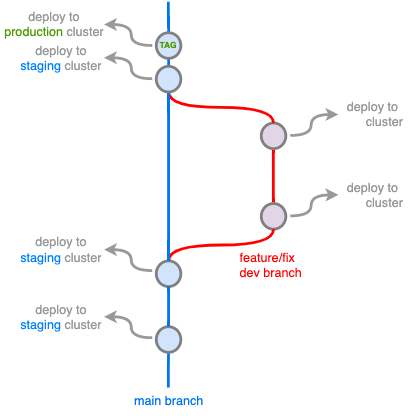
bcit-ltc/infrastructure-documentation keeps this draw.io diagram as docs/assets/deployment-workflow-simple-dark.png. Above is the earlier version. Source tidied: cells renumbered, new cells last; positions are measured from the earlier drawing's top-left corner, leaving out a move shared by most shapes. Source of this version:
```xml
<mxGraphModel>
  <root>
    <mxCell id="0" />
    <mxCell id="1" parent="0" />
    <mxCell id="2" value="&lt;div&gt;&lt;span&gt;feature/fix dev branch&lt;/span&gt;&lt;/div&gt;" style="text;html=1;strokeColor=none;fillColor=none;align=left;verticalAlign=middle;whiteSpace=wrap;overflow=hidden;fontSize=18;fontStyle=0;fontColor=#FF0000;rotation=0;" parent="1" vertex="1">
      <mxGeometry x="340.3" y="346.1" width="100" height="60" as="geometry" />
    </mxCell>
    <mxCell id="3" value="&lt;font style=&quot;font-size: 18px&quot;&gt;&lt;font color=&quot;#0076ed&quot; style=&quot;font-size: 18px&quot;&gt;main branch&lt;/font&gt;&lt;br style=&quot;font-size: 18px&quot;&gt;&lt;/font&gt;" style="text;html=1;strokeColor=none;fillColor=none;align=center;verticalAlign=middle;whiteSpace=wrap;overflow=hidden;fontSize=18;fontStyle=0;fontColor=#009900;rotation=0;" parent="1" vertex="1">
      <mxGeometry x="168.5" y="550" width="143.5" height="40" as="geometry" />
    </mxCell>
    <mxCell id="4" style="edgeStyle=orthogonalEdgeStyle;curved=1;rounded=0;jettySize=auto;html=1;endArrow=none;endFill=0;strokeWidth=4;fontFamily=Courier New;fontSize=18;strokeColor=#0076ED;startArrow=none;" parent="1" edge="1" source="20">
      <mxGeometry x="1068" y="222" as="geometry">
        <mxPoint x="240" as="targetPoint" />
      </mxGeometry>
    </mxCell>
    <mxCell id="5" style="edgeStyle=orthogonalEdgeStyle;curved=1;rounded=0;html=1;exitX=1;exitY=0.5;exitPerimeter=0;endArrow=none;endFill=0;jettySize=auto;orthogonalLoop=1;strokeWidth=4;fontSize=18;exitDx=0;exitDy=0;strokeColor=#FF0000;fontColor=#FF0000;" parent="1" edge="1">
      <mxGeometry x="1126" y="127" as="geometry">
        <mxPoint x="390" y="287" as="sourcePoint" />
        <mxPoint x="390" y="210" as="targetPoint" />
        <Array as="points">
          <mxPoint x="390" y="210" />
        </Array>
      </mxGeometry>
    </mxCell>
    <mxCell id="6" style="edgeStyle=orthogonalEdgeStyle;rounded=0;html=1;jettySize=auto;strokeWidth=4;endArrow=none;endFill=0;strokeColor=#0076ED;fontSize=18;" parent="1" edge="1" target="13">
      <mxGeometry x="1532" y="730" as="geometry">
        <mxPoint x="240" y="551" as="sourcePoint" />
      </mxGeometry>
    </mxCell>
    <mxCell id="7" style="verticalLabelPosition=bottom;verticalAlign=top;html=1;strokeWidth=4;shape=mxgraph.flowchart.on-page_reference;plain-purple;gradientColor=none;strokeColor=#808080;rotation=-90;fontSize=18;" parent="1" vertex="1">
      <mxGeometry x="372" y="289" width="36.6" height="35.1" as="geometry" />
    </mxCell>
    <mxCell id="8" style="verticalLabelPosition=bottom;verticalAlign=top;html=1;strokeWidth=4;shape=mxgraph.flowchart.on-page_reference;plain-purple;gradientColor=none;strokeColor=#808080;rotation=-90;fontSize=18;" parent="1" vertex="1">
      <mxGeometry x="372" y="174" width="36.6" height="35.1" as="geometry" />
    </mxCell>
    <mxCell id="9" style="edgeStyle=orthogonalEdgeStyle;curved=1;rounded=0;html=1;exitX=1;exitY=0.5;exitPerimeter=0;entryX=0;entryY=0.5;entryPerimeter=0;endArrow=none;endFill=0;jettySize=auto;strokeWidth=4;fontSize=18;entryDx=0;entryDy=0;strokeColor=#FF0000;fontColor=#FF0000;" parent="1" edge="1" source="8" target="21">
      <mxGeometry x="1091" y="73" as="geometry" />
    </mxCell>
    <mxCell id="10" style="verticalLabelPosition=bottom;verticalAlign=top;html=1;strokeWidth=4;shape=mxgraph.flowchart.on-page_reference;plain-blue;gradientColor=none;strokeColor=#808080;rotation=-90;fillColor=#D1E4FC;fontSize=18;" parent="1" vertex="1">
      <mxGeometry x="222" y="371" width="36.6" height="35.1" as="geometry" />
    </mxCell>
    <mxCell id="11" style="edgeStyle=orthogonalEdgeStyle;curved=1;rounded=0;html=1;entryX=0;entryY=0.5;entryPerimeter=0;endArrow=none;endFill=0;jettySize=auto;strokeWidth=4;fontSize=18;exitX=1;exitY=0.5;exitDx=0;exitDy=0;exitPerimeter=0;strokeColor=#FF0000;fontColor=#FF0000;" parent="1" edge="1" source="10" target="7">
      <mxGeometry x="958" y="114" as="geometry" />
    </mxCell>
    <mxCell id="12" style="edgeStyle=orthogonalEdgeStyle;curved=1;rounded=0;jettySize=auto;html=1;endArrow=none;endFill=0;strokeWidth=4;fontFamily=Courier New;fontSize=18;exitX=1;exitY=0.5;exitDx=0;exitDy=0;exitPerimeter=0;strokeColor=#0076ED;" parent="1" edge="1" source="10" target="21">
      <mxGeometry x="1068" y="278" as="geometry" />
    </mxCell>
    <mxCell id="13" style="verticalLabelPosition=bottom;verticalAlign=top;html=1;strokeWidth=4;shape=mxgraph.flowchart.on-page_reference;plain-blue;gradientColor=none;strokeColor=#808080;rotation=-90;fillColor=#D1E4FC;fontSize=18;" parent="1" vertex="1">
      <mxGeometry x="222" y="465" width="36.6" height="35.1" as="geometry" />
    </mxCell>
    <mxCell id="14" style="edgeStyle=orthogonalEdgeStyle;curved=1;rounded=0;jettySize=auto;html=1;endArrow=none;endFill=0;strokeWidth=4;fontFamily=Courier New;fontSize=18;exitX=1;exitY=0.5;exitDx=0;exitDy=0;exitPerimeter=0;entryX=0;entryY=0.5;entryDx=0;entryDy=0;entryPerimeter=0;strokeColor=#0076ED;" parent="1" edge="1" source="13" target="10">
      <mxGeometry x="1244" y="522" as="geometry" />
    </mxCell>
    <mxCell id="15" style="curved=1;endArrow=classic;html=1;rounded=0;strokeWidth=4;fontColor=none;noLabel=1;strokeColor=#999999;" parent="1" edge="1">
      <mxGeometry relative="1" as="geometry">
        <mxPoint x="217" y="480" as="sourcePoint" />
        <mxPoint x="148" y="450" as="targetPoint" />
        <Array as="points">
          <mxPoint x="187" y="480" />
          <mxPoint x="187" y="450" />
        </Array>
      </mxGeometry>
    </mxCell>
    <mxCell id="16" style="curved=1;endArrow=classic;html=1;rounded=0;strokeWidth=4;strokeColor=#999999;fontColor=none;" parent="1" edge="1">
      <mxGeometry relative="1" as="geometry">
        <mxPoint x="217" y="384.1" as="sourcePoint" />
        <mxPoint x="148" y="354.1" as="targetPoint" />
        <Array as="points">
          <mxPoint x="187" y="384.1" />
          <mxPoint x="187" y="354.1" />
        </Array>
      </mxGeometry>
    </mxCell>
    <mxCell id="17" style="curved=1;endArrow=classic;html=1;rounded=0;strokeWidth=4;strokeColor=#999999;fontColor=none;" parent="1" edge="1">
      <mxGeometry relative="1" as="geometry">
        <mxPoint x="217" y="110" as="sourcePoint" />
        <mxPoint x="148" y="80" as="targetPoint" />
        <Array as="points">
          <mxPoint x="187" y="110" />
          <mxPoint x="187" y="80" />
        </Array>
      </mxGeometry>
    </mxCell>
    <mxCell id="18" value="&lt;font style=&quot;font-size: 18px&quot;&gt;&lt;font&gt;&lt;font style=&quot;font-size: 18px&quot;&gt;deploy to&lt;br&gt;&lt;/font&gt;&lt;font color=&quot;#007fff&quot;&gt;staging &lt;/font&gt;cluster&lt;/font&gt;&lt;br style=&quot;font-size: 18px&quot;&gt;&lt;/font&gt;" style="text;html=1;strokeColor=none;fillColor=none;align=center;verticalAlign=middle;whiteSpace=wrap;overflow=hidden;fontSize=18;fontStyle=0;fontColor=#999999;rotation=0;" parent="1" vertex="1">
      <mxGeometry x="20" y="54.5" width="133.5" height="50" as="geometry" />
    </mxCell>
    <mxCell id="19" style="edgeStyle=orthogonalEdgeStyle;curved=1;rounded=0;jettySize=auto;html=1;endArrow=none;endFill=0;strokeWidth=4;fontFamily=Courier New;fontSize=18;strokeColor=#0076ED;" parent="1" edge="1" source="21" target="20">
      <mxGeometry x="1068" y="222" as="geometry" />
    </mxCell>
    <mxCell id="20" style="verticalLabelPosition=bottom;verticalAlign=top;html=1;strokeWidth=4;shape=mxgraph.flowchart.on-page_reference;plain-blue;gradientColor=none;strokeColor=#808080;rotation=-90;fillColor=#D1E4FC;fontSize=18;" parent="1" vertex="1">
      <mxGeometry x="222" y="45" width="36.6" height="35.1" as="geometry" />
    </mxCell>
    <mxCell id="21" style="verticalLabelPosition=bottom;verticalAlign=top;html=1;strokeWidth=4;shape=mxgraph.flowchart.on-page_reference;plain-blue;gradientColor=none;strokeColor=#808080;rotation=-90;fillColor=#D1E4FC;fontSize=18;" parent="1" vertex="1">
      <mxGeometry x="222" y="93" width="36.6" height="35.1" as="geometry" />
    </mxCell>
    <mxCell id="22" value="TAG" style="text;html=1;strokeColor=none;fillColor=none;align=center;verticalAlign=middle;whiteSpace=wrap;rounded=0;fontColor=#4D9900;fontStyle=1;" parent="1" vertex="1">
      <mxGeometry x="225.3" y="52.5" width="30" height="20" as="geometry" />
    </mxCell>
    <mxCell id="23" style="curved=1;endArrow=classic;html=1;rounded=0;strokeWidth=4;strokeColor=#999999;fontColor=none;" parent="1" edge="1">
      <mxGeometry relative="1" as="geometry">
        <mxPoint x="217" y="62.5" as="sourcePoint" />
        <mxPoint x="148" y="32.5" as="targetPoint" />
        <Array as="points">
          <mxPoint x="187" y="62.5" />
          <mxPoint x="187" y="32.5" />
        </Array>
      </mxGeometry>
    </mxCell>
    <mxCell id="24" value="&lt;font style=&quot;font-size: 18px&quot;&gt;&lt;font&gt;&lt;font style=&quot;font-size: 18px&quot;&gt;deploy to&lt;br&gt;&lt;/font&gt;&lt;font color=&quot;#4d9900&quot;&gt;production &lt;/font&gt;cluster&lt;/font&gt;&lt;br style=&quot;font-size: 18px&quot;&gt;&lt;/font&gt;" style="text;html=1;strokeColor=none;fillColor=none;align=center;verticalAlign=middle;whiteSpace=wrap;overflow=hidden;fontSize=18;fontStyle=0;fontColor=#999999;rotation=0;" parent="1" vertex="1">
      <mxGeometry y="6.5" width="153.5" height="50" as="geometry" />
    </mxCell>
    <mxCell id="25" style="curved=1;endArrow=classic;html=1;rounded=0;strokeWidth=4;strokeColor=#999999;fontColor=none;" parent="1" edge="1">
      <mxGeometry relative="1" as="geometry">
        <mxPoint x="414" y="191" as="sourcePoint" />
        <mxPoint x="483" y="161" as="targetPoint" />
        <Array as="points">
          <mxPoint x="444" y="191" />
          <mxPoint x="444" y="161" />
        </Array>
      </mxGeometry>
    </mxCell>
    <mxCell id="26" value="&lt;font style=&quot;font-size: 18px&quot;&gt;&lt;font&gt;&lt;font style=&quot;font-size: 18px&quot;&gt;deploy to&lt;br&gt;&lt;/font&gt;&lt;font color=&quot;#ffffff&quot;&gt;dev&lt;/font&gt;&lt;font color=&quot;#000000&quot;&gt; &lt;/font&gt;cluster&lt;/font&gt;&lt;br style=&quot;font-size: 18px&quot;&gt;&lt;/font&gt;" style="text;html=1;strokeColor=none;fillColor=none;align=center;verticalAlign=middle;whiteSpace=wrap;overflow=hidden;fontSize=18;fontStyle=0;fontColor=#999999;rotation=0;flipH=1;" parent="1" vertex="1">
      <mxGeometry x="475" y="135.1" width="114" height="50" as="geometry" />
    </mxCell>
    <mxCell id="27" style="curved=1;endArrow=classic;html=1;rounded=0;strokeWidth=4;strokeColor=#999999;fontColor=none;" parent="1" edge="1">
      <mxGeometry relative="1" as="geometry">
        <mxPoint x="414" y="305.9" as="sourcePoint" />
        <mxPoint x="483" y="275.9" as="targetPoint" />
        <Array as="points">
          <mxPoint x="444" y="305.9" />
          <mxPoint x="444" y="275.9" />
        </Array>
      </mxGeometry>
    </mxCell>
    <mxCell id="28" value="&lt;font style=&quot;font-size: 18px&quot;&gt;&lt;font&gt;&lt;font style=&quot;font-size: 18px&quot;&gt;deploy to&lt;br&gt;&lt;/font&gt;&lt;font color=&quot;#ffffff&quot;&gt;dev&lt;/font&gt; cluster&lt;/font&gt;&lt;br style=&quot;font-size: 18px&quot;&gt;&lt;/font&gt;" style="text;html=1;strokeColor=none;fillColor=none;align=center;verticalAlign=middle;whiteSpace=wrap;overflow=hidden;fontSize=18;fontStyle=0;fontColor=#999999;rotation=0;flipH=1;" parent="1" vertex="1">
      <mxGeometry x="475" y="251" width="114" height="50" as="geometry" />
    </mxCell>
    <mxCell id="29" value="&lt;font style=&quot;font-size: 18px&quot;&gt;&lt;font&gt;&lt;font style=&quot;font-size: 18px&quot;&gt;deploy to&lt;br&gt;&lt;/font&gt;&lt;font color=&quot;#007fff&quot;&gt;staging &lt;/font&gt;cluster&lt;/font&gt;&lt;br style=&quot;font-size: 18px&quot;&gt;&lt;/font&gt;" style="text;html=1;strokeColor=none;fillColor=none;align=center;verticalAlign=middle;whiteSpace=wrap;overflow=hidden;fontSize=18;fontStyle=0;fontColor=#999999;rotation=0;" parent="1" vertex="1">
      <mxGeometry x="20" y="329.1" width="133.5" height="50" as="geometry" />
    </mxCell>
    <mxCell id="30" value="&lt;font style=&quot;font-size: 18px&quot;&gt;&lt;font&gt;&lt;font style=&quot;font-size: 18px&quot;&gt;deploy to&lt;br&gt;&lt;/font&gt;&lt;font color=&quot;#007fff&quot;&gt;staging &lt;/font&gt;cluster&lt;/font&gt;&lt;br style=&quot;font-size: 18px&quot;&gt;&lt;/font&gt;" style="text;html=1;strokeColor=none;fillColor=none;align=center;verticalAlign=middle;whiteSpace=wrap;overflow=hidden;fontSize=18;fontStyle=0;fontColor=#999999;rotation=0;" parent="1" vertex="1">
      <mxGeometry x="20" y="425" width="133.5" height="50" as="geometry" />
    </mxCell>
  </root>
</mxGraphModel>
```
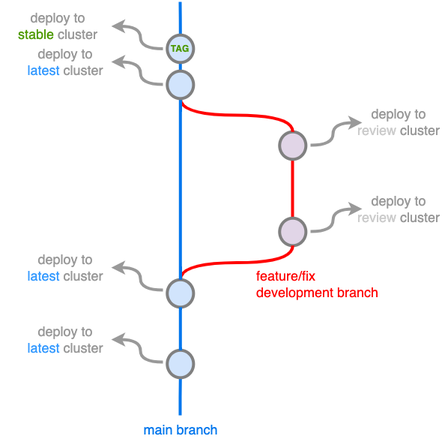
After the commit.

Diff of the diagram source:
```diff
@@ -2,8 +2,8 @@
   <root>
     <mxCell id="0" />
     <mxCell id="1" parent="0" />
-    <mxCell id="2" value="&lt;div&gt;&lt;span&gt;feature/fix dev branch&lt;/span&gt;&lt;/div&gt;" style="text;html=1;strokeColor=none;fillColor=none;align=left;verticalAlign=middle;whiteSpace=wrap;overflow=hidden;fontSize=18;fontStyle=0;fontColor=#FF0000;rotation=0;" parent="1" vertex="1">
-      <mxGeometry x="340.3" y="346.1" width="100" height="60" as="geometry" />
+    <mxCell id="2" value="&lt;div&gt;&lt;span&gt;feature/fix development branch&lt;/span&gt;&lt;/div&gt;" style="text;html=1;strokeColor=none;fillColor=none;align=left;verticalAlign=middle;whiteSpace=wrap;overflow=hidden;fontSize=18;fontStyle=0;fontColor=#FF0000;rotation=0;" parent="1" vertex="1">
+      <mxGeometry x="340.3" y="346.1" width="167.7" height="60" as="geometry" />
     </mxCell>
     <mxCell id="3" value="&lt;font style=&quot;font-size: 18px&quot;&gt;&lt;font color=&quot;#0076ed&quot; style=&quot;font-size: 18px&quot;&gt;main branch&lt;/font&gt;&lt;br style=&quot;font-size: 18px&quot;&gt;&lt;/font&gt;" style="text;html=1;strokeColor=none;fillColor=none;align=center;verticalAlign=middle;whiteSpace=wrap;overflow=hidden;fontSize=18;fontStyle=0;fontColor=#009900;rotation=0;" parent="1" vertex="1">
       <mxGeometry x="168.5" y="550" width="143.5" height="40" as="geometry" />
@@ -81,7 +81,7 @@
         </Array>
       </mxGeometry>
     </mxCell>
-    <mxCell id="18" value="&lt;font style=&quot;font-size: 18px&quot;&gt;&lt;font&gt;&lt;font style=&quot;font-size: 18px&quot;&gt;deploy to&lt;br&gt;&lt;/font&gt;&lt;font color=&quot;#007fff&quot;&gt;staging &lt;/font&gt;cluster&lt;/font&gt;&lt;br style=&quot;font-size: 18px&quot;&gt;&lt;/font&gt;" style="text;html=1;strokeColor=none;fillColor=none;align=center;verticalAlign=middle;whiteSpace=wrap;overflow=hidden;fontSize=18;fontStyle=0;fontColor=#999999;rotation=0;" parent="1" vertex="1">
+    <mxCell id="18" value="&lt;font style=&quot;font-size: 18px&quot;&gt;&lt;font&gt;&lt;font style=&quot;font-size: 18px&quot;&gt;deploy to&lt;br&gt;&lt;/font&gt;&lt;font color=&quot;#3399ff&quot;&gt;latest&lt;/font&gt;&lt;font color=&quot;#007fff&quot;&gt;&amp;nbsp;&lt;/font&gt;cluster&lt;/font&gt;&lt;br style=&quot;font-size: 18px&quot;&gt;&lt;/font&gt;" style="text;html=1;strokeColor=none;fillColor=none;align=center;verticalAlign=middle;whiteSpace=wrap;overflow=hidden;fontSize=18;fontStyle=0;fontColor=#999999;rotation=0;" parent="1" vertex="1">
       <mxGeometry x="20" y="54.5" width="133.5" height="50" as="geometry" />
     </mxCell>
     <mxCell id="19" style="edgeStyle=orthogonalEdgeStyle;curved=1;rounded=0;jettySize=auto;html=1;endArrow=none;endFill=0;strokeWidth=4;fontFamily=Courier New;fontSize=18;strokeColor=#0076ED;" parent="1" edge="1" source="21" target="20">
@@ -106,7 +106,7 @@
         </Array>
       </mxGeometry>
     </mxCell>
-    <mxCell id="24" value="&lt;font style=&quot;font-size: 18px&quot;&gt;&lt;font&gt;&lt;font style=&quot;font-size: 18px&quot;&gt;deploy to&lt;br&gt;&lt;/font&gt;&lt;font color=&quot;#4d9900&quot;&gt;production &lt;/font&gt;cluster&lt;/font&gt;&lt;br style=&quot;font-size: 18px&quot;&gt;&lt;/font&gt;" style="text;html=1;strokeColor=none;fillColor=none;align=center;verticalAlign=middle;whiteSpace=wrap;overflow=hidden;fontSize=18;fontStyle=0;fontColor=#999999;rotation=0;" parent="1" vertex="1">
+    <mxCell id="24" value="&lt;font style=&quot;font-size: 18px&quot;&gt;&lt;font&gt;&lt;font style=&quot;font-size: 18px&quot;&gt;deploy to&lt;br&gt;&lt;/font&gt;&lt;font color=&quot;#4d9900&quot;&gt;stable&amp;nbsp;&lt;/font&gt;cluster&lt;/font&gt;&lt;br style=&quot;font-size: 18px&quot;&gt;&lt;/font&gt;" style="text;html=1;strokeColor=none;fillColor=none;align=center;verticalAlign=middle;whiteSpace=wrap;overflow=hidden;fontSize=18;fontStyle=0;fontColor=#999999;rotation=0;" parent="1" vertex="1">
       <mxGeometry y="6.5" width="153.5" height="50" as="geometry" />
     </mxCell>
     <mxCell id="25" style="curved=1;endArrow=classic;html=1;rounded=0;strokeWidth=4;strokeColor=#999999;fontColor=none;" parent="1" edge="1">
@@ -119,7 +119,7 @@
         </Array>
       </mxGeometry>
     </mxCell>
-    <mxCell id="26" value="&lt;font style=&quot;font-size: 18px&quot;&gt;&lt;font&gt;&lt;font style=&quot;font-size: 18px&quot;&gt;deploy to&lt;br&gt;&lt;/font&gt;&lt;font color=&quot;#ffffff&quot;&gt;dev&lt;/font&gt;&lt;font color=&quot;#000000&quot;&gt; &lt;/font&gt;cluster&lt;/font&gt;&lt;br style=&quot;font-size: 18px&quot;&gt;&lt;/font&gt;" style="text;html=1;strokeColor=none;fillColor=none;align=center;verticalAlign=middle;whiteSpace=wrap;overflow=hidden;fontSize=18;fontStyle=0;fontColor=#999999;rotation=0;flipH=1;" parent="1" vertex="1">
+    <mxCell id="26" value="&lt;font style=&quot;font-size: 18px&quot;&gt;&lt;font&gt;&lt;font style=&quot;font-size: 18px&quot;&gt;deploy to&lt;br&gt;&lt;/font&gt;&lt;font color=&quot;#cccccc&quot;&gt;review&lt;/font&gt;&lt;font color=&quot;#000000&quot;&gt; &lt;/font&gt;cluster&lt;/font&gt;&lt;br style=&quot;font-size: 18px&quot;&gt;&lt;/font&gt;" style="text;html=1;strokeColor=none;fillColor=none;align=center;verticalAlign=middle;whiteSpace=wrap;overflow=hidden;fontSize=18;fontStyle=0;fontColor=#999999;rotation=0;flipH=1;" parent="1" vertex="1">
       <mxGeometry x="475" y="135.1" width="114" height="50" as="geometry" />
     </mxCell>
     <mxCell id="27" style="curved=1;endArrow=classic;html=1;rounded=0;strokeWidth=4;strokeColor=#999999;fontColor=none;" parent="1" edge="1">
@@ -132,13 +132,13 @@
         </Array>
       </mxGeometry>
     </mxCell>
-    <mxCell id="28" value="&lt;font style=&quot;font-size: 18px&quot;&gt;&lt;font&gt;&lt;font style=&quot;font-size: 18px&quot;&gt;deploy to&lt;br&gt;&lt;/font&gt;&lt;font color=&quot;#ffffff&quot;&gt;dev&lt;/font&gt; cluster&lt;/font&gt;&lt;br style=&quot;font-size: 18px&quot;&gt;&lt;/font&gt;" style="text;html=1;strokeColor=none;fillColor=none;align=center;verticalAlign=middle;whiteSpace=wrap;overflow=hidden;fontSize=18;fontStyle=0;fontColor=#999999;rotation=0;flipH=1;" parent="1" vertex="1">
+    <mxCell id="28" value="&lt;font style=&quot;font-size: 18px&quot;&gt;&lt;font&gt;&lt;font style=&quot;font-size: 18px&quot;&gt;deploy to&lt;br&gt;&lt;/font&gt;&lt;font color=&quot;#cccccc&quot;&gt;review&lt;/font&gt; cluster&lt;/font&gt;&lt;br style=&quot;font-size: 18px&quot;&gt;&lt;/font&gt;" style="text;html=1;strokeColor=none;fillColor=none;align=center;verticalAlign=middle;whiteSpace=wrap;overflow=hidden;fontSize=18;fontStyle=0;fontColor=#999999;rotation=0;flipH=1;" parent="1" vertex="1">
       <mxGeometry x="475" y="251" width="114" height="50" as="geometry" />
     </mxCell>
-    <mxCell id="29" value="&lt;font style=&quot;font-size: 18px&quot;&gt;&lt;font&gt;&lt;font style=&quot;font-size: 18px&quot;&gt;deploy to&lt;br&gt;&lt;/font&gt;&lt;font color=&quot;#007fff&quot;&gt;staging &lt;/font&gt;cluster&lt;/font&gt;&lt;br style=&quot;font-size: 18px&quot;&gt;&lt;/font&gt;" style="text;html=1;strokeColor=none;fillColor=none;align=center;verticalAlign=middle;whiteSpace=wrap;overflow=hidden;fontSize=18;fontStyle=0;fontColor=#999999;rotation=0;" parent="1" vertex="1">
+    <mxCell id="29" value="&lt;font style=&quot;font-size: 18px&quot;&gt;&lt;font&gt;&lt;font style=&quot;font-size: 18px&quot;&gt;deploy to&lt;br&gt;&lt;/font&gt;&lt;font color=&quot;#3399ff&quot;&gt;latest&lt;/font&gt;&lt;font color=&quot;#007fff&quot;&gt;&amp;nbsp;&lt;/font&gt;cluster&lt;/font&gt;&lt;br style=&quot;font-size: 18px&quot;&gt;&lt;/font&gt;" style="text;html=1;strokeColor=none;fillColor=none;align=center;verticalAlign=middle;whiteSpace=wrap;overflow=hidden;fontSize=18;fontStyle=0;fontColor=#999999;rotation=0;" parent="1" vertex="1">
       <mxGeometry x="20" y="329.1" width="133.5" height="50" as="geometry" />
     </mxCell>
-    <mxCell id="30" value="&lt;font style=&quot;font-size: 18px&quot;&gt;&lt;font&gt;&lt;font style=&quot;font-size: 18px&quot;&gt;deploy to&lt;br&gt;&lt;/font&gt;&lt;font color=&quot;#007fff&quot;&gt;staging &lt;/font&gt;cluster&lt;/font&gt;&lt;br style=&quot;font-size: 18px&quot;&gt;&lt;/font&gt;" style="text;html=1;strokeColor=none;fillColor=none;align=center;verticalAlign=middle;whiteSpace=wrap;overflow=hidden;fontSize=18;fontStyle=0;fontColor=#999999;rotation=0;" parent="1" vertex="1">
+    <mxCell id="30" value="&lt;font style=&quot;font-size: 18px&quot;&gt;&lt;font&gt;&lt;font style=&quot;font-size: 18px&quot;&gt;deploy to&lt;br&gt;&lt;/font&gt;&lt;font color=&quot;#3399ff&quot;&gt;latest&lt;/font&gt;&lt;font color=&quot;#007fff&quot;&gt;&amp;nbsp;&lt;/font&gt;cluster&lt;/font&gt;&lt;br style=&quot;font-size: 18px&quot;&gt;&lt;/font&gt;" style="text;html=1;strokeColor=none;fillColor=none;align=center;verticalAlign=middle;whiteSpace=wrap;overflow=hidden;fontSize=18;fontStyle=0;fontColor=#999999;rotation=0;" parent="1" vertex="1">
       <mxGeometry x="20" y="425" width="133.5" height="50" as="geometry" />
     </mxCell>
   </root>
```
